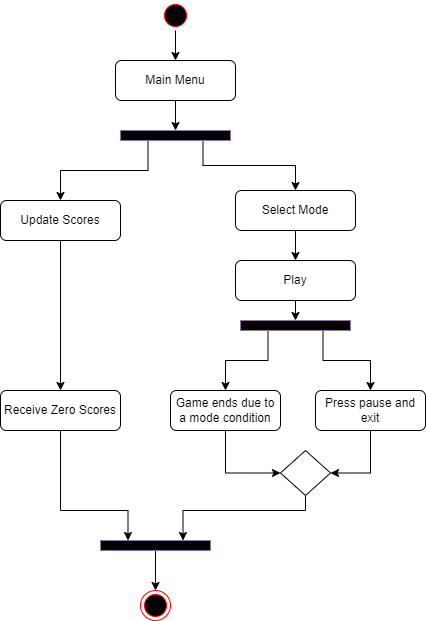
Before: UML/Activity.png, a diagram exported from draw.io (Fridrif27/duck-hunt). Source tidied: cells renumbered, new cells last; positions are measured from the earlier drawing's top-left corner, leaving out a move shared by most shapes.
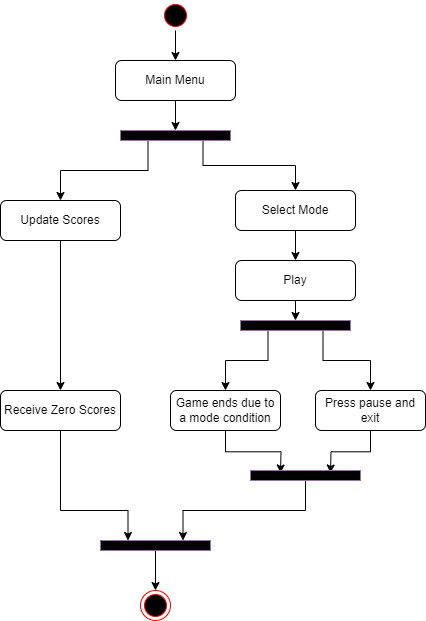
Later version of the same file.

Commit message:
Diagram Class

What changed in the source:
```diff
@@ -50,19 +50,23 @@
     <mxCell id="17" style="rounded=0;whiteSpace=wrap;html=1;strokeColor=#9673a6;fillColor=#000000;" parent="1" vertex="1">
       <mxGeometry x="240" y="320" width="110" height="10" as="geometry" />
     </mxCell>
-    <mxCell id="18" style="edgeStyle=orthogonalEdgeStyle;rounded=0;jettySize=auto;html=1;exitX=0.5;exitY=1;exitDx=0;exitDy=0;entryX=0;entryY=0.5;entryDx=0;entryDy=0;" parent="1" edge="1" source="19" target="23">
-      <mxGeometry relative="1" as="geometry" />
+    <mxCell id="18" style="edgeStyle=orthogonalEdgeStyle;rounded=0;jettySize=auto;html=1;exitX=0.5;exitY=1;exitDx=0;exitDy=0;entryX=0;entryY=0.5;entryDx=0;entryDy=0;" parent="1" edge="1" source="19">
+      <mxGeometry relative="1" as="geometry">
+        <mxPoint x="280" y="472.5" as="targetPoint" />
+      </mxGeometry>
     </mxCell>
     <mxCell id="19" value="Game ends due to a mode condition" style="rounded=1;whiteSpace=wrap;html=1;" parent="1" vertex="1">
       <mxGeometry x="170" y="390" width="110" height="40" as="geometry" />
     </mxCell>
-    <mxCell id="20" style="edgeStyle=orthogonalEdgeStyle;rounded=0;jettySize=auto;html=1;exitX=0.5;exitY=1;exitDx=0;exitDy=0;entryX=1;entryY=0.5;entryDx=0;entryDy=0;" parent="1" edge="1" source="21" target="23">
-      <mxGeometry relative="1" as="geometry" />
+    <mxCell id="20" style="edgeStyle=orthogonalEdgeStyle;rounded=0;jettySize=auto;html=1;exitX=0.5;exitY=1;exitDx=0;exitDy=0;entryX=1;entryY=0.5;entryDx=0;entryDy=0;" parent="1" edge="1" source="21">
+      <mxGeometry relative="1" as="geometry">
+        <mxPoint x="330" y="472.5" as="targetPoint" />
+      </mxGeometry>
     </mxCell>
     <mxCell id="21" value="Press pause and exit" style="rounded=1;whiteSpace=wrap;html=1;" parent="1" vertex="1">
       <mxGeometry x="315" y="390" width="110" height="40" as="geometry" />
     </mxCell>
-    <mxCell id="22" style="edgeStyle=orthogonalEdgeStyle;rounded=0;jettySize=auto;html=1;exitX=0.5;exitY=1;exitDx=0;exitDy=0;entryX=0.75;entryY=0;entryDx=0;entryDy=0;" parent="1" edge="1" source="23" target="27">
+    <mxCell id="22" style="edgeStyle=orthogonalEdgeStyle;rounded=0;jettySize=auto;html=1;exitX=0.5;exitY=1;exitDx=0;exitDy=0;entryX=0.75;entryY=0;entryDx=0;entryDy=0;" parent="1" edge="1" source="29" target="27">
       <mxGeometry relative="1" as="geometry">
         <Array as="points">
           <mxPoint x="305" y="510" />
@@ -70,9 +74,6 @@
         </Array>
       </mxGeometry>
     </mxCell>
-    <mxCell id="23" style="rhombus;whiteSpace=wrap;html=1;" parent="1" vertex="1">
-      <mxGeometry x="280" y="450" width="50" height="45" as="geometry" />
-    </mxCell>
     <mxCell id="24" style="edgeStyle=orthogonalEdgeStyle;rounded=0;jettySize=auto;html=1;entryX=0.25;entryY=0;entryDx=0;entryDy=0;" parent="1" edge="1" source="25" target="27">
       <mxGeometry relative="1" as="geometry">
         <Array as="points">
@@ -93,5 +94,8 @@
     <mxCell id="28" style="ellipse;html=1;shape=endState;fillColor=#000000;strokeColor=#ff0000;" parent="1" vertex="1">
       <mxGeometry x="140" y="590" width="30" height="30" as="geometry" />
     </mxCell>
+    <mxCell id="29" style="rounded=0;whiteSpace=wrap;html=1;strokeColor=#9673a6;fillColor=#000000;" parent="1" vertex="1">
+      <mxGeometry x="250" y="470" width="110" height="10" as="geometry" />
+    </mxCell>
   </root>
 </mxGraphModel>
```
